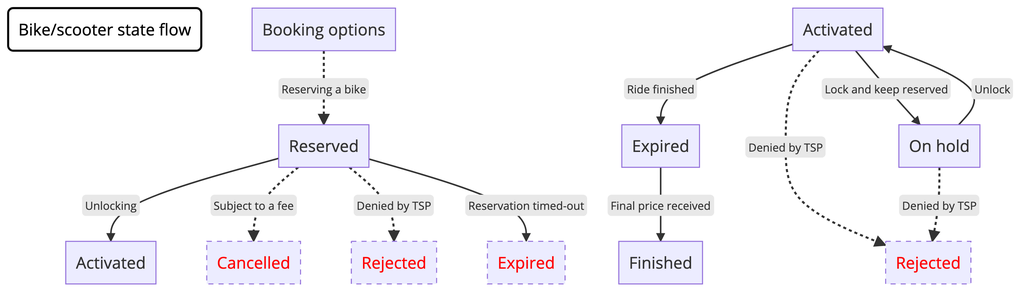
Earlier version of the Mermaid export specs/workflow/bike.png (huksley/maas-tsp-api). Its source is kept beside it as specs/workflow/bike.mmd.
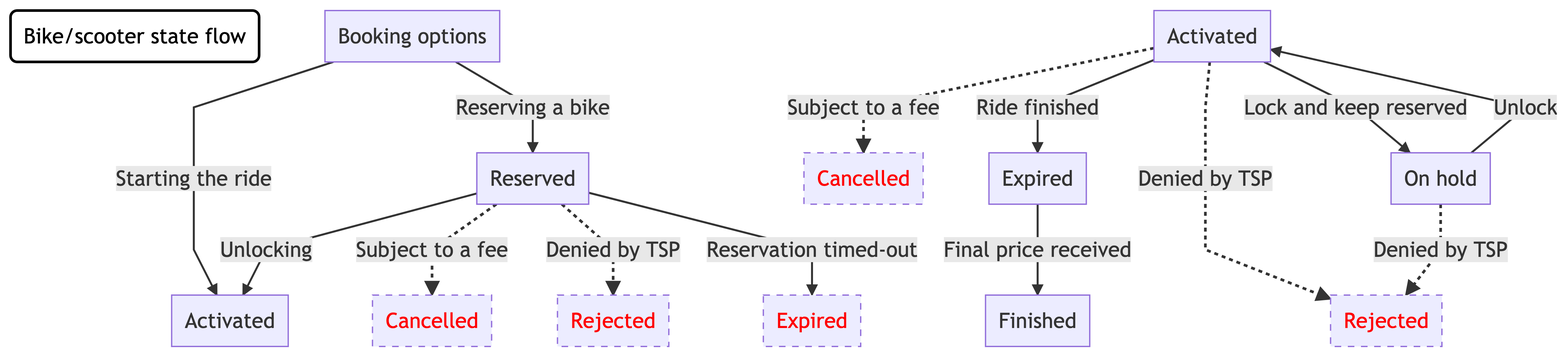
The same diagram one commit later.

Diff of the diagram source:
```diff
@@ -1,17 +1,20 @@
 graph TD
   label1(Bike/scooter state flow)
-  Options[Booking options] -.->|Reserving a bike | Reserved
+  Options -->|Starting the ride| Activated2[Activated]
+  Options[Booking options] -->|Reserving a bike | Reserved
   Reserved -->|Unlocking| Activated2[Activated]
   Reserved -.->|Subject to a fee| Cancelled
   Reserved -.->|Denied by TSP| Rejected
   Reserved -->|Reservation timed-out| Expired2[Expired]
   Activated -->|Ride finished| Expired
+  Activated -.->|Subject to a fee| Cancelled2[Cancelled]
   Activated -->|Lock and keep reserved| On_hold[On hold]
   Expired -->|Final price received| Finished
   On_hold[On hold] -->|Unlock| Activated
   Activated -.->|Denied by TSP| Rejected2[Rejected]
   On_hold[On hold] -.->|Denied by TSP| Rejected2[Rejected]
   style Cancelled color:red,stroke-dasharray: 5, 5
+  style Cancelled2 color:red,stroke-dasharray: 5, 5
   style Rejected color:red,stroke-dasharray: 5, 5
   style Rejected2 color:red,stroke-dasharray: 5, 5
   style Expired2 color:red,stroke-dasharray: 5, 5
```
